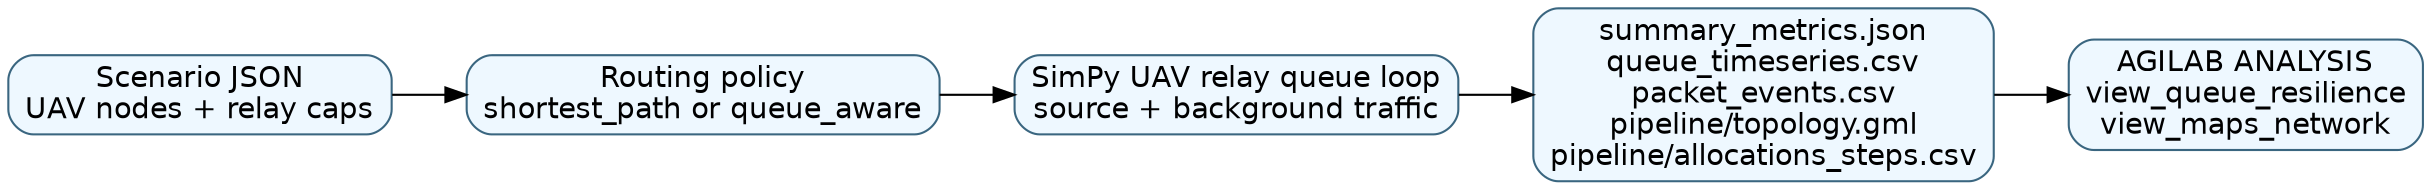
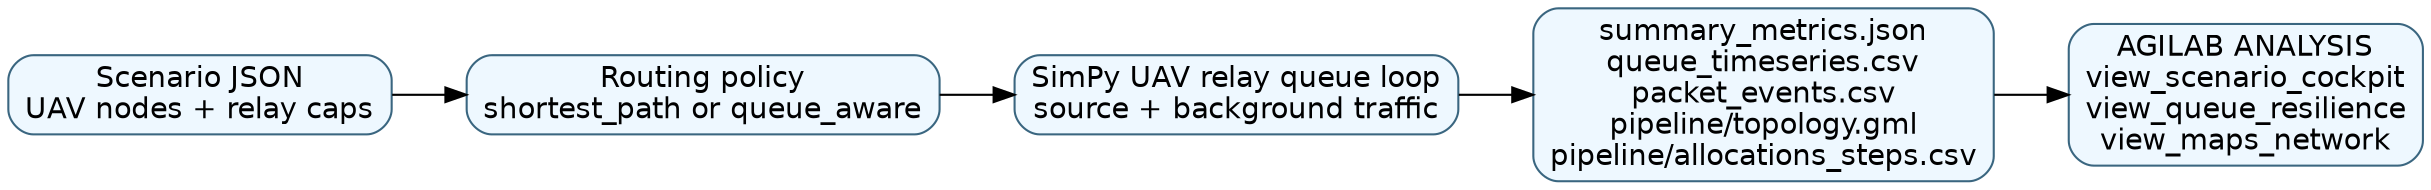
digraph uav_queue_pipeline {
  rankdir=LR;
  node [shape=box, style="rounded,filled", fillcolor="#eef8ff", color="#3a6680", fontname="Helvetica"];

  scenario [label="Scenario JSON\nUAV nodes + relay caps"];
  policy [label="Routing policy\nshortest_path or queue_aware"];
  sim [label="SimPy UAV relay queue loop\nsource + background traffic"];
  artifacts [label="summary_metrics.json\nqueue_timeseries.csv\npacket_events.csv\npipeline/topology.gml\npipeline/allocations_steps.csv"];
-   analysis [label="AGILAB ANALYSIS\nview_queue_resilience\nview_maps_network"];
+   analysis [label="AGILAB ANALYSIS\nview_scenario_cockpit\nview_queue_resilience\nview_maps_network"];

  scenario -> policy -> sim -> artifacts -> analysis;
}
